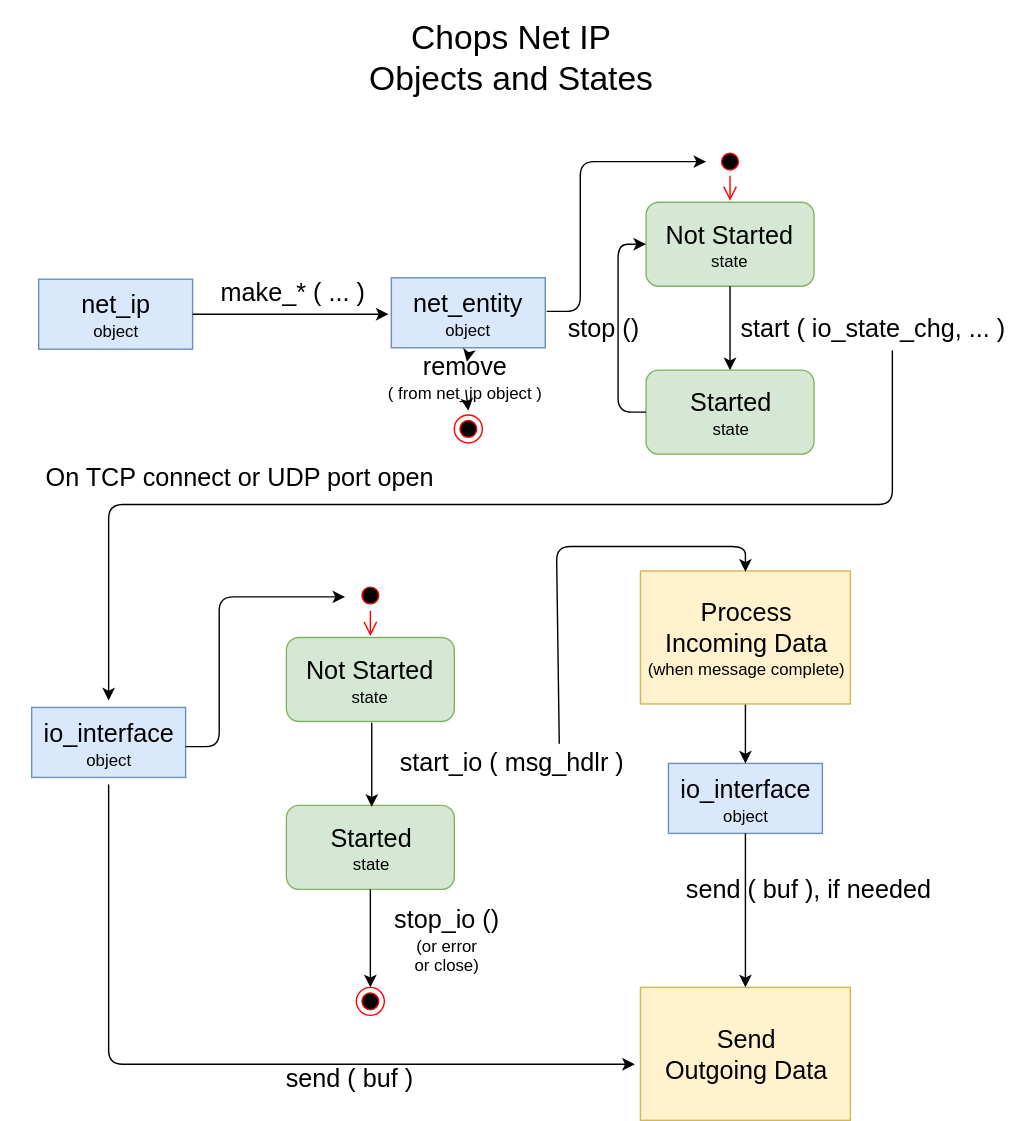
The draw.io diagram doc/net_ip/object_states_diagram.svg in connectivecpp/chops-net-ip, before a commit. Source tidied: cells renumbered, new cells last; positions are measured from the earlier drawing's top-left corner, leaving out a move shared by most shapes.
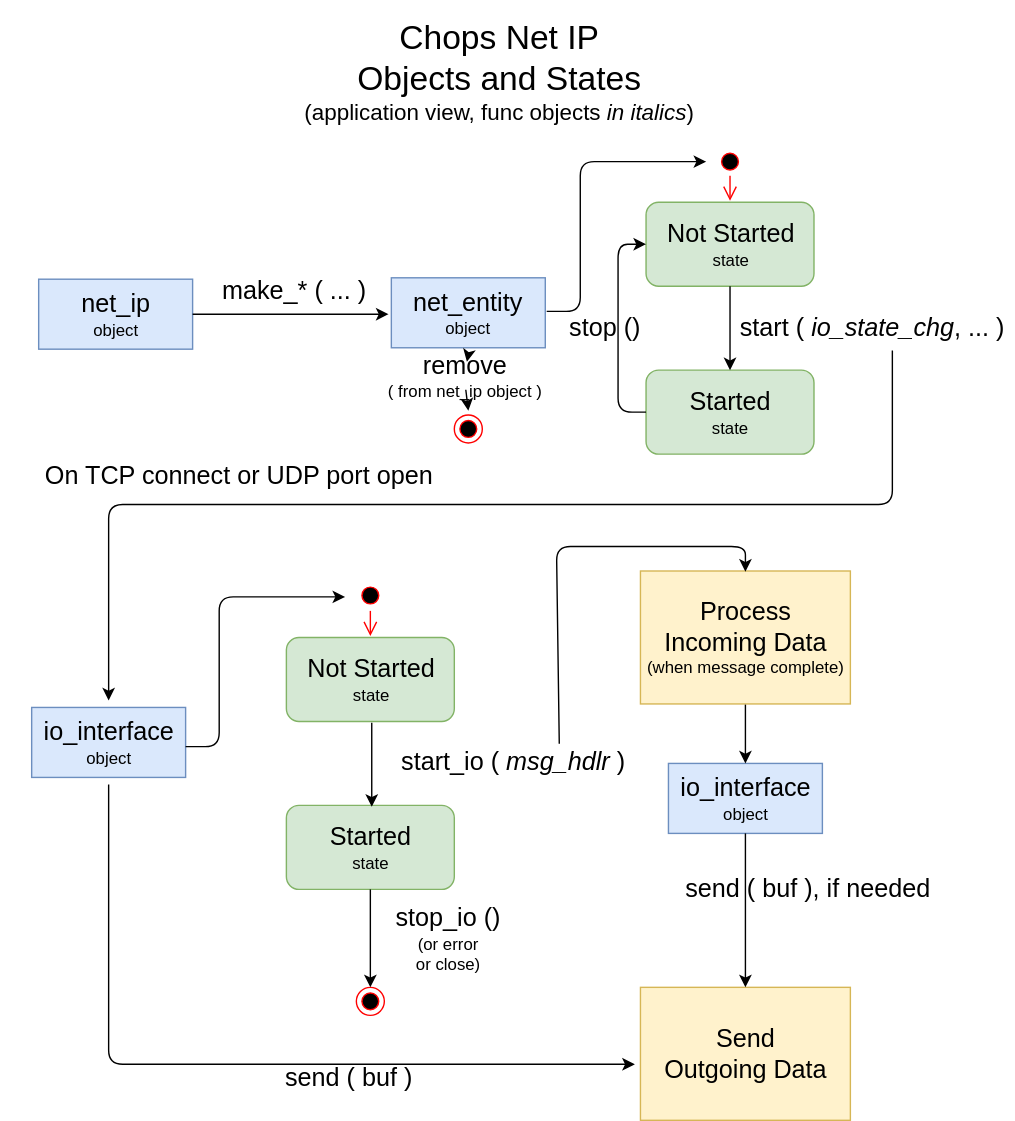
After the change.

The edit, as a diff of the source:
```diff
@@ -14,7 +14,7 @@
     <mxCell id="5" value="&lt;font style=&quot;font-size: 18px&quot;&gt;Not Started&lt;/font&gt;&lt;br&gt;state&lt;br&gt;" style="rounded=1;whiteSpace=wrap;html=1;fillColor=#d5e8d4;strokeColor=#82b366;" parent="1" vertex="1">
       <mxGeometry x="461" y="144" width="120" height="60" as="geometry" />
     </mxCell>
-    <mxCell id="6" value="&lt;font style=&quot;font-size: 18px&quot;&gt;start ( io_state_chg, ... )&lt;/font&gt;" style="text;html=1;strokeColor=none;fillColor=none;align=center;verticalAlign=middle;whiteSpace=wrap;rounded=0;" parent="1" vertex="1">
+    <mxCell id="6" value="&lt;font style=&quot;font-size: 18px&quot;&gt;start ( &lt;i&gt;io_state_chg&lt;/i&gt;, ... )&lt;/font&gt;" style="text;html=1;strokeColor=none;fillColor=none;align=center;verticalAlign=middle;whiteSpace=wrap;rounded=0;" parent="1" vertex="1">
       <mxGeometry x="521" y="224" width="203" height="20" as="geometry" />
     </mxCell>
     <mxCell id="7" value="&lt;font style=&quot;font-size: 18px&quot;&gt;Started&lt;/font&gt;&lt;br&gt;state&lt;br&gt;" style="rounded=1;whiteSpace=wrap;html=1;fillColor=#d5e8d4;strokeColor=#82b366;" parent="1" vertex="1">
@@ -54,8 +54,8 @@
     <mxCell id="14" value="&lt;span style=&quot;font-size: 18px&quot;&gt;io_interface&lt;/span&gt;&lt;br&gt;object" style="html=1;fillColor=#dae8fc;strokeColor=#6c8ebf;" parent="1" vertex="1">
       <mxGeometry x="22" y="505" width="110" height="50" as="geometry" />
     </mxCell>
-    <mxCell id="15" value="&lt;font style=&quot;font-size: 24px&quot;&gt;Chops Net IP&lt;br&gt;Objects and States&lt;/font&gt;&lt;br&gt;" style="text;html=1;strokeColor=none;fillColor=none;align=center;verticalAlign=middle;whiteSpace=wrap;rounded=0;" parent="1" vertex="1">
-      <mxGeometry x="214" width="300" height="80" as="geometry" />
+    <mxCell id="15" value="&lt;font style=&quot;font-size: 24px&quot;&gt;Chops Net IP&lt;br&gt;Objects and States&lt;/font&gt;&lt;br&gt;&lt;font style=&quot;font-size: 16px&quot;&gt;(application view, func objects &lt;i&gt;in italics&lt;/i&gt;)&lt;/font&gt;" style="text;html=1;strokeColor=none;fillColor=none;align=center;verticalAlign=middle;whiteSpace=wrap;rounded=0;" parent="1" vertex="1">
+      <mxGeometry x="197" width="317" height="100" as="geometry" />
     </mxCell>
     <mxCell id="16" value="&lt;font style=&quot;font-size: 18px&quot;&gt;Not Started&lt;/font&gt;&lt;br&gt;state&lt;br&gt;" style="rounded=1;whiteSpace=wrap;html=1;fillColor=#d5e8d4;strokeColor=#82b366;" parent="1" vertex="1">
       <mxGeometry x="204" y="455" width="120" height="60" as="geometry" />
@@ -82,7 +82,7 @@
         </Array>
       </mxGeometry>
     </mxCell>
-    <mxCell id="21" value="&lt;font style=&quot;font-size: 18px&quot;&gt;start_io ( msg_hdlr )&lt;/font&gt;" style="text;html=1;strokeColor=none;fillColor=none;align=center;verticalAlign=middle;whiteSpace=wrap;rounded=0;" parent="1" vertex="1">
+    <mxCell id="21" value="&lt;font style=&quot;font-size: 18px&quot;&gt;start_io ( &lt;i&gt;msg_hdlr&lt;/i&gt; )&lt;/font&gt;" style="text;html=1;strokeColor=none;fillColor=none;align=center;verticalAlign=middle;whiteSpace=wrap;rounded=0;" parent="1" vertex="1">
       <mxGeometry x="274" y="534" width="183" height="20" as="geometry" />
     </mxCell>
     <mxCell id="22" style="endArrow=classic;html=1;exitX=0.5;exitY=1;entryX=0.5;entryY=0;" parent="1" edge="1">
```
